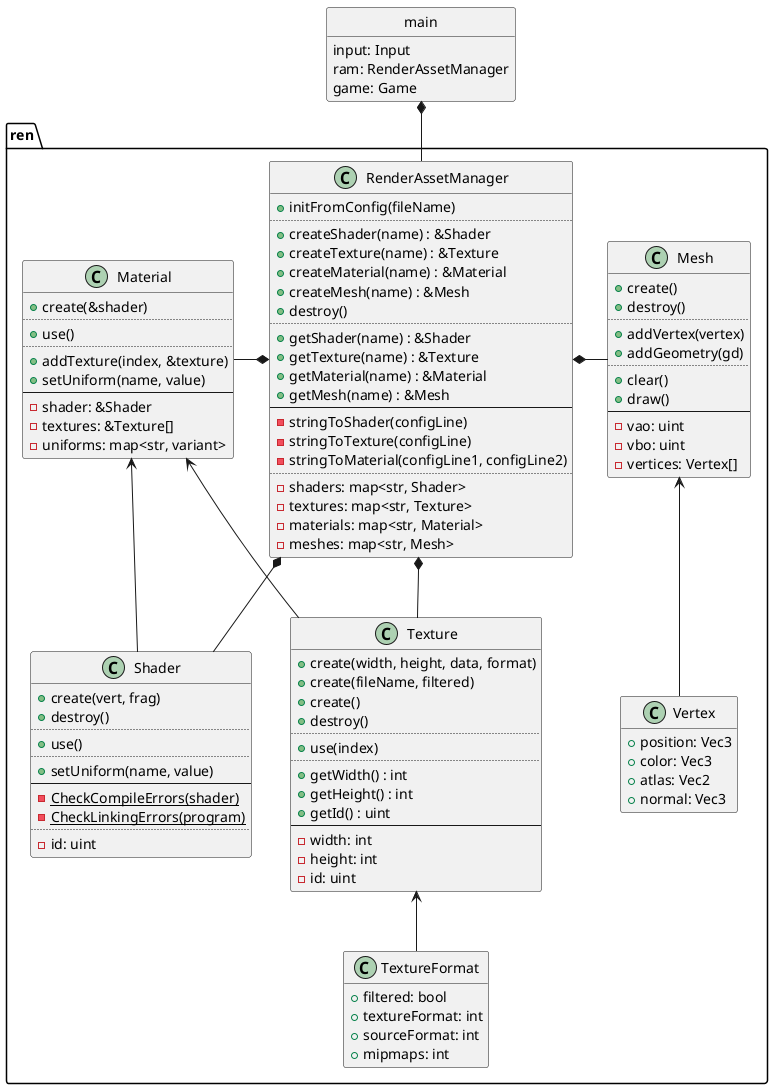
ba6er/marblemaze keeps this PlantUML diagram as design/assets.png. Above is the earlier version.
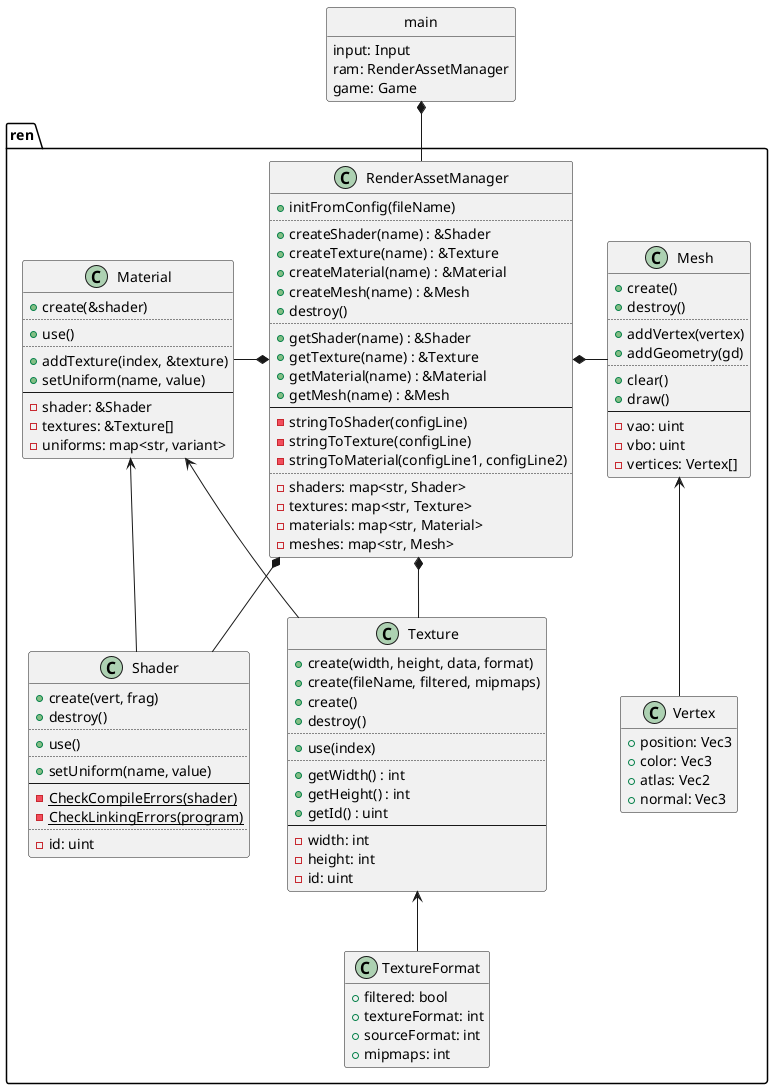
The same diagram one commit later.

Commit message:
Added manual mipmaps to texture creation from file, fixed bug where texture is black if mipmaps are enabled

What changed in the source:
```diff
@@ -25,7 +25,7 @@
 
 class ren::Texture {
 	+create(width, height, data, format)
-	+create(fileName, filtered)
+	+create(fileName, filtered, mipmaps)
 	+create()
 	+destroy()
 	..
```
